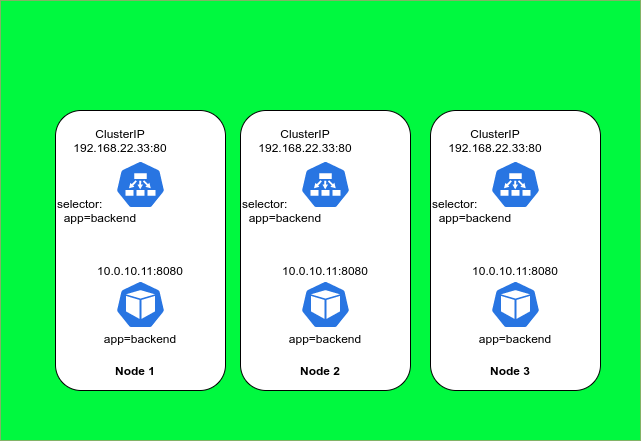
paulczar/kubectl-explain keeps this draw.io diagram as service/service-backend-1.drawio.png. Above is the earlier version. Source tidied: cells renumbered, new cells last; positions are measured from the earlier drawing's top-left corner, leaving out a move shared by most shapes. Its diagram source:
```xml
<mxGraphModel>
  <root>
    <mxCell id="0" />
    <mxCell id="1" parent="0" />
    <mxCell id="2" style="rounded=0;whiteSpace=wrap;html=1;fillColor=#00F93F;strokeColor=#82b366;" parent="1" vertex="1">
      <mxGeometry width="640" height="440" as="geometry" />
    </mxCell>
    <mxCell id="3" style="group;" parent="1" vertex="1">
      <mxGeometry x="240" y="110" width="170" height="280" as="geometry" />
    </mxCell>
    <mxCell id="4" style="rounded=1;whiteSpace=wrap;html=1;" parent="3" vertex="1">
      <mxGeometry width="170" height="280" as="geometry" />
    </mxCell>
    <mxCell id="5" style="html=1;dashed=0;whitespace=wrap;fillColor=#2875E2;strokeColor=#ffffff;shape=mxgraph.kubernetes.icon;prIcon=ep;" parent="3" vertex="1">
      <mxGeometry x="60" y="50" width="50" height="48" as="geometry" />
    </mxCell>
    <mxCell id="6" value="selector:&lt;br&gt;&amp;nbsp; app=backend" style="text;html=1;strokeColor=none;fillColor=none;align=left;verticalAlign=middle;whiteSpace=wrap;rounded=0;" parent="3" vertex="1">
      <mxGeometry y="90" width="100" height="20" as="geometry" />
    </mxCell>
    <mxCell id="7" value="ClusterIP&lt;br&gt;192.168.22.33:80" style="text;html=1;strokeColor=none;fillColor=none;align=center;verticalAlign=middle;whiteSpace=wrap;rounded=0;" parent="3" vertex="1">
      <mxGeometry x="45" y="20" width="40" height="20" as="geometry" />
    </mxCell>
    <mxCell id="8" value="Node 2" style="text;html=1;strokeColor=none;fillColor=none;align=center;verticalAlign=middle;whiteSpace=wrap;rounded=0;fontStyle=1;" parent="3" vertex="1">
      <mxGeometry x="50" y="250" width="60" height="20" as="geometry" />
    </mxCell>
    <mxCell id="9" style="group;" parent="3" vertex="1">
      <mxGeometry x="60" y="150" width="50" height="88" as="geometry" />
    </mxCell>
    <mxCell id="10" style="html=1;dashed=0;whitespace=wrap;fillColor=#2875E2;strokeColor=#ffffff;shape=mxgraph.kubernetes.icon;prIcon=pod;" parent="9" vertex="1">
      <mxGeometry y="20" width="50" height="48" as="geometry" />
    </mxCell>
    <mxCell id="11" value="app=backend" style="text;html=1;strokeColor=none;fillColor=none;align=center;verticalAlign=middle;whiteSpace=wrap;rounded=0;" parent="9" vertex="1">
      <mxGeometry x="5" y="68" width="40" height="20" as="geometry" />
    </mxCell>
    <mxCell id="12" value="10.0.10.11:8080" style="text;html=1;strokeColor=none;fillColor=none;align=center;verticalAlign=middle;whiteSpace=wrap;rounded=0;" parent="9" vertex="1">
      <mxGeometry x="5" width="40" height="20" as="geometry" />
    </mxCell>
    <mxCell id="13" style="group;" parent="1" vertex="1">
      <mxGeometry x="430" y="110" width="170" height="280" as="geometry" />
    </mxCell>
    <mxCell id="14" style="rounded=1;whiteSpace=wrap;html=1;" parent="13" vertex="1">
      <mxGeometry width="170" height="280" as="geometry" />
    </mxCell>
    <mxCell id="15" style="html=1;dashed=0;whitespace=wrap;fillColor=#2875E2;strokeColor=#ffffff;shape=mxgraph.kubernetes.icon;prIcon=ep;" parent="13" vertex="1">
      <mxGeometry x="60" y="50" width="50" height="48" as="geometry" />
    </mxCell>
    <mxCell id="16" value="selector:&lt;br&gt;&amp;nbsp; app=backend" style="text;html=1;strokeColor=none;fillColor=none;align=left;verticalAlign=middle;whiteSpace=wrap;rounded=0;" parent="13" vertex="1">
      <mxGeometry y="90" width="100" height="20" as="geometry" />
    </mxCell>
    <mxCell id="17" value="ClusterIP&lt;br&gt;192.168.22.33:80" style="text;html=1;strokeColor=none;fillColor=none;align=center;verticalAlign=middle;whiteSpace=wrap;rounded=0;" parent="13" vertex="1">
      <mxGeometry x="45" y="20" width="40" height="20" as="geometry" />
    </mxCell>
    <mxCell id="18" value="Node 3" style="text;html=1;strokeColor=none;fillColor=none;align=center;verticalAlign=middle;whiteSpace=wrap;rounded=0;fontStyle=1;" parent="13" vertex="1">
      <mxGeometry x="50" y="250" width="60" height="20" as="geometry" />
    </mxCell>
    <mxCell id="19" style="group;" parent="13" vertex="1">
      <mxGeometry x="60" y="150" width="50" height="88" as="geometry" />
    </mxCell>
    <mxCell id="20" style="html=1;dashed=0;whitespace=wrap;fillColor=#2875E2;strokeColor=#ffffff;shape=mxgraph.kubernetes.icon;prIcon=pod;" parent="19" vertex="1">
      <mxGeometry y="20" width="50" height="48" as="geometry" />
    </mxCell>
    <mxCell id="21" value="app=backend" style="text;html=1;strokeColor=none;fillColor=none;align=center;verticalAlign=middle;whiteSpace=wrap;rounded=0;" parent="19" vertex="1">
      <mxGeometry x="5" y="68" width="40" height="20" as="geometry" />
    </mxCell>
    <mxCell id="22" value="10.0.10.11:8080" style="text;html=1;strokeColor=none;fillColor=none;align=center;verticalAlign=middle;whiteSpace=wrap;rounded=0;" parent="19" vertex="1">
      <mxGeometry x="5" width="40" height="20" as="geometry" />
    </mxCell>
    <mxCell id="23" style="group;" parent="1" vertex="1">
      <mxGeometry x="55" y="110" width="460" height="280" as="geometry" />
    </mxCell>
    <mxCell id="24" style="rounded=1;whiteSpace=wrap;html=1;" parent="23" vertex="1">
      <mxGeometry width="170" height="280" as="geometry" />
    </mxCell>
    <mxCell id="25" style="html=1;dashed=0;whitespace=wrap;fillColor=#2875E2;strokeColor=#ffffff;shape=mxgraph.kubernetes.icon;prIcon=ep;" parent="23" vertex="1">
      <mxGeometry x="60" y="50" width="50" height="48" as="geometry" />
    </mxCell>
    <mxCell id="26" value="selector:&lt;br&gt;&amp;nbsp; app=backend" style="text;html=1;strokeColor=none;fillColor=none;align=left;verticalAlign=middle;whiteSpace=wrap;rounded=0;" parent="23" vertex="1">
      <mxGeometry y="90" width="100" height="20" as="geometry" />
    </mxCell>
    <mxCell id="27" value="ClusterIP&lt;br&gt;192.168.22.33:80" style="text;html=1;strokeColor=none;fillColor=none;align=center;verticalAlign=middle;whiteSpace=wrap;rounded=0;" parent="23" vertex="1">
      <mxGeometry x="45" y="20" width="40" height="20" as="geometry" />
    </mxCell>
    <mxCell id="28" value="Node 1" style="text;html=1;strokeColor=none;fillColor=none;align=center;verticalAlign=middle;whiteSpace=wrap;rounded=0;fontStyle=1;" parent="23" vertex="1">
      <mxGeometry x="50" y="250" width="60" height="20" as="geometry" />
    </mxCell>
    <mxCell id="29" style="group;" parent="23" vertex="1">
      <mxGeometry x="60" y="150" width="50" height="88" as="geometry" />
    </mxCell>
    <mxCell id="30" style="html=1;dashed=0;whitespace=wrap;fillColor=#2875E2;strokeColor=#ffffff;shape=mxgraph.kubernetes.icon;prIcon=pod;" parent="29" vertex="1">
      <mxGeometry y="20" width="50" height="48" as="geometry" />
    </mxCell>
    <mxCell id="31" value="app=backend" style="text;html=1;strokeColor=none;fillColor=none;align=center;verticalAlign=middle;whiteSpace=wrap;rounded=0;" parent="29" vertex="1">
      <mxGeometry x="5" y="68" width="40" height="20" as="geometry" />
    </mxCell>
    <mxCell id="32" value="10.0.10.11:8080" style="text;html=1;strokeColor=none;fillColor=none;align=center;verticalAlign=middle;whiteSpace=wrap;rounded=0;" parent="29" vertex="1">
      <mxGeometry x="5" width="40" height="20" as="geometry" />
    </mxCell>
  </root>
</mxGraphModel>
```
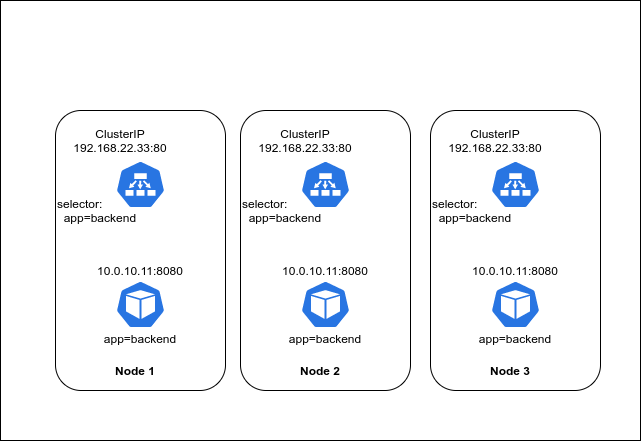
Later version of the same file.

Change to the diagram source:
```diff
@@ -2,7 +2,7 @@
   <root>
     <mxCell id="0" />
     <mxCell id="1" parent="0" />
-    <mxCell id="2" style="rounded=0;whiteSpace=wrap;html=1;fillColor=#00F93F;strokeColor=#82b366;" parent="1" vertex="1">
+    <mxCell id="2" style="rounded=0;whiteSpace=wrap;html=1;" parent="1" vertex="1">
       <mxGeometry width="640" height="440" as="geometry" />
     </mxCell>
     <mxCell id="3" style="group;" parent="1" vertex="1">
```
